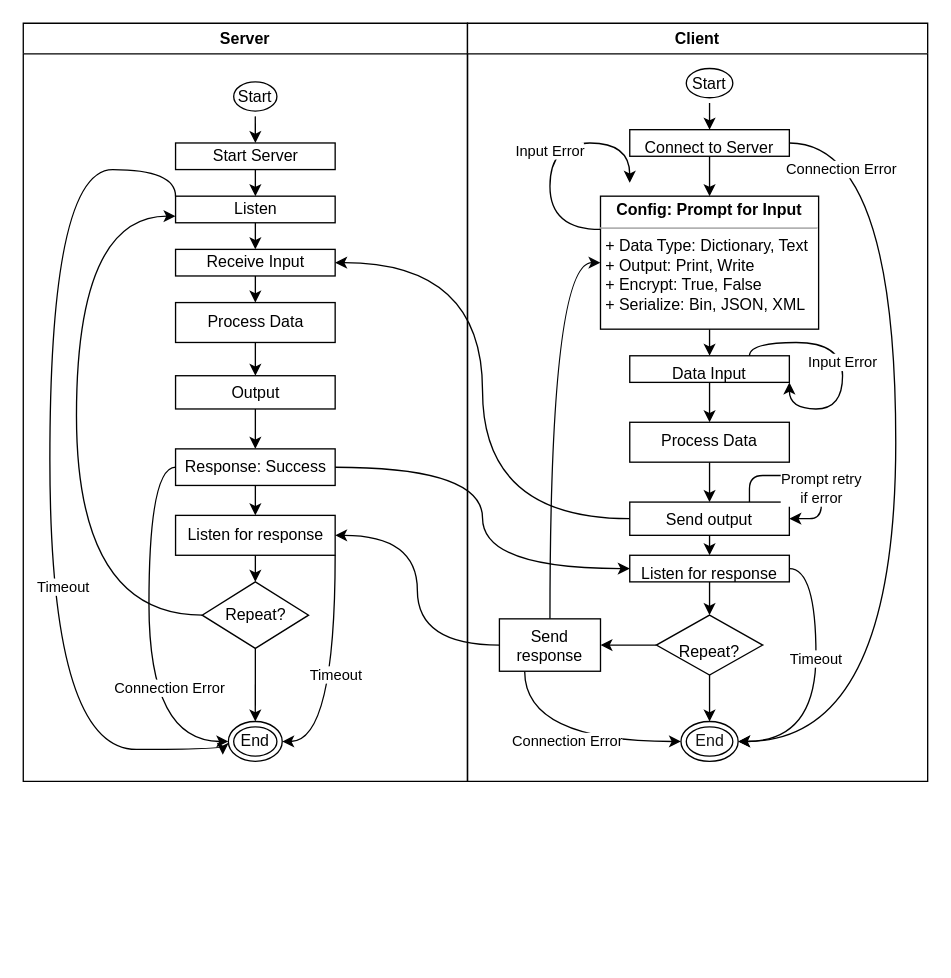
zhulinchng/CSCK541 keeps this draw.io diagram as docs/Context Diagram.drawio. Above is the earlier version. Source tidied: cells renumbered, new cells numbered last; positions are measured from the earlier drawing's top-left corner, leaving out a move shared by most shapes. Both pictures are drawn from the tidied source at 133%, with x=0, y=0 at pixel (23, 23).
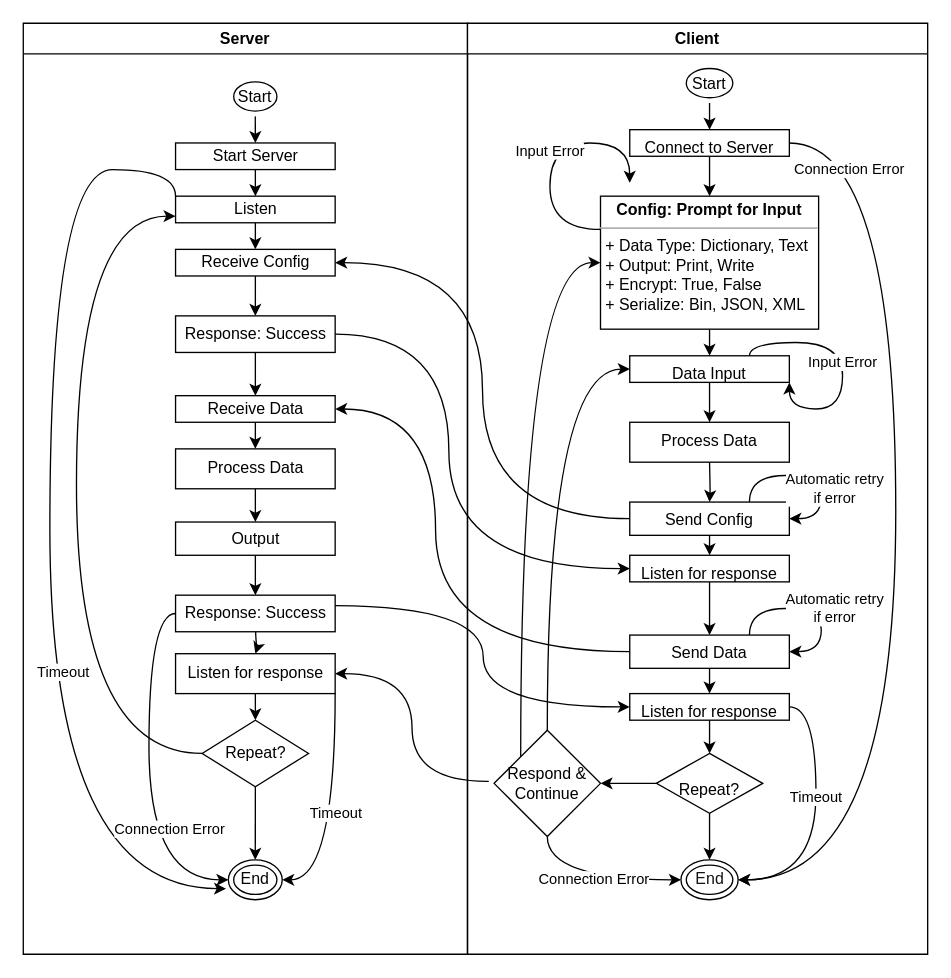
The same diagram, later.

The change refers to these unchanged cells:
```xml
<mxCell id="9" value="Listen" style="whiteSpace=wrap;html=1;" parent="2" vertex="1">
  <mxGeometry x="114.5" y="130" width="120" height="20" as="geometry" />
</mxCell>
<mxCell id="30" value="&lt;p style=&quot;margin:0px;margin-top:4px;text-align:center;&quot;&gt;&lt;b&gt;Config: Prompt for Input&lt;/b&gt;&lt;/p&gt;&lt;hr size=&quot;1&quot;&gt;&lt;p style=&quot;margin:0px;margin-left:4px;&quot;&gt;+ Data Type: Dictionary, Text&lt;br&gt;&lt;/p&gt;&lt;p style=&quot;margin:0px;margin-left:4px;&quot;&gt;+ Output: Print, Write&lt;/p&gt;&lt;p style=&quot;margin:0px;margin-left:4px;&quot;&gt;+ Encrypt: True, False&lt;/p&gt;&lt;p style=&quot;margin:0px;margin-left:4px;&quot;&gt;+ Serialize: Bin, JSON, XML&lt;/p&gt;" style="verticalAlign=top;align=left;overflow=fill;fontSize=12;fontFamily=Helvetica;html=1;rounded=0;sketch=0;" parent="26" vertex="1">
  <mxGeometry x="100" y="130" width="164" height="100" as="geometry" />
</mxCell>
<mxCell id="32" value="Data Input" style="whiteSpace=wrap;html=1;align=center;verticalAlign=top;rounded=0;sketch=0;" parent="26" vertex="1">
  <mxGeometry x="122" y="250" width="120" height="20" as="geometry" />
</mxCell>
<mxCell id="34" value="Process Data" style="whiteSpace=wrap;html=1;verticalAlign=top;rounded=0;sketch=0;" parent="26" vertex="1">
  <mxGeometry x="122" y="300" width="120" height="30" as="geometry" />
</mxCell>
<mxCell id="37" value="Connect to Server" style="whiteSpace=wrap;html=1;verticalAlign=top;rounded=0;sketch=0;" parent="26" vertex="1">
  <mxGeometry x="122" y="80" width="120" height="20" as="geometry" />
</mxCell>
```

Diff of the diagram source:
```diff
@@
     <mxCell id="2" value="Server" style="swimlane;whiteSpace=wrap;" parent="1" vertex="1">
-      <mxGeometry width="334" height="570" as="geometry" />
+      <mxGeometry width="334" height="700" as="geometry" />
     </mxCell>
@@
-    <mxCell id="8" value="Timeout" style="edgeStyle=orthogonalEdgeStyle;curved=1;rounded=1;sketch=0;jettySize=auto;html=1;exitX=0;exitY=0;exitDx=0;exitDy=0;" parent="2" edge="1" source="9">
+    <mxCell id="8" value="Timeout" style="edgeStyle=orthogonalEdgeStyle;curved=1;rounded=1;sketch=0;jettySize=auto;html=1;exitX=0;exitY=0;exitDx=0;exitDy=0;entryX=-0.043;entryY=0.722;entryDx=0;entryDy=0;entryPerimeter=0;" parent="2" edge="1" source="9" target="25">
       <mxGeometry x="0.25" y="10" relative="1" as="geometry">
-        <mxPoint x="150" y="550" as="targetPoint" />
         <Array as="points">
           <mxPoint x="115" y="110" />
           <mxPoint x="20" y="110" />
-          <mxPoint x="20" y="546" />
+          <mxPoint x="20" y="650" />
+          <mxPoint x="153" y="650" />
         </Array>
       </mxGeometry>
     </mxCell>
@@
-    <mxCell id="10" style="edgeStyle=orthogonalEdgeStyle;curved=1;rounded=1;sketch=0;jettySize=auto;html=1;" parent="2" edge="1" source="11" target="13">
-      <mxGeometry relative="1" as="geometry" />
-    </mxCell>
+    <mxCell id="57" style="edgeStyle=orthogonalEdgeStyle;rounded=0;jettySize=auto;html=1;entryX=0.5;entryY=0;entryDx=0;entryDy=0;curved=1;" parent="2" edge="1" source="11" target="59">
+      <mxGeometry relative="1" as="geometry" />
+    </mxCell>
-    <mxCell id="11" value="Receive Input" style="whiteSpace=wrap;html=1;" parent="2" vertex="1">
+    <mxCell id="11" value="Receive Config" style="whiteSpace=wrap;html=1;" parent="2" vertex="1">
       <mxGeometry x="114.5" y="170" width="120" height="20" as="geometry" />
     </mxCell>
@@
     <mxCell id="13" value="Process Data" style="whiteSpace=wrap;html=1;" parent="2" vertex="1">
-      <mxGeometry x="114.5" y="210" width="120" height="30" as="geometry" />
+      <mxGeometry x="114.5" y="320" width="120" height="30" as="geometry" />
     </mxCell>
@@
     <mxCell id="15" value="Output" style="whiteSpace=wrap;html=1;" parent="2" vertex="1">
-      <mxGeometry x="114.5" y="265" width="120" height="25" as="geometry" />
+      <mxGeometry x="114.5" y="375" width="120" height="25" as="geometry" />
     </mxCell>
-    <mxCell id="16" style="edgeStyle=orthogonalEdgeStyle;curved=1;rounded=1;sketch=0;jettySize=auto;html=1;" parent="2" edge="1" source="18" target="21">
-      <mxGeometry relative="1" as="geometry" />
+    <mxCell id="16" style="edgeStyle=orthogonalEdgeStyle;curved=1;rounded=1;sketch=0;jettySize=auto;html=1;" parent="2" edge="1" target="21">
+      <mxGeometry relative="1" as="geometry">
+        <mxPoint x="174.5" y="451.5" as="sourcePoint" />
+      </mxGeometry>
     </mxCell>
@@
     <mxCell id="18" value="Response: Success" style="whiteSpace=wrap;html=1;" parent="2" vertex="1">
-      <mxGeometry x="114.5" y="320" width="120" height="27.5" as="geometry" />
+      <mxGeometry x="114.5" y="430" width="120" height="27.5" as="geometry" />
     </mxCell>
@@
     <mxCell id="20" value="Timeout" style="edgeStyle=orthogonalEdgeStyle;curved=1;rounded=1;sketch=0;jettySize=auto;html=1;exitX=1;exitY=1;exitDx=0;exitDy=0;entryX=1;entryY=0.5;entryDx=0;entryDy=0;" parent="2" edge="1" source="21" target="25">
-      <mxGeometry relative="1" as="geometry" />
+      <mxGeometry relative="1" as="geometry">
+        <Array as="points">
+          <mxPoint x="235" y="644" />
+        </Array>
+      </mxGeometry>
     </mxCell>
     <mxCell id="21" value="Listen for response" style="whiteSpace=wrap;html=1;" parent="2" vertex="1">
-      <mxGeometry x="114.5" y="370" width="120" height="30" as="geometry" />
+      <mxGeometry x="114.5" y="474" width="120" height="30" as="geometry" />
     </mxCell>
     <mxCell id="22" style="edgeStyle=orthogonalEdgeStyle;curved=1;rounded=1;sketch=0;jettySize=auto;html=1;entryX=0;entryY=0.75;entryDx=0;entryDy=0;exitX=0;exitY=0.5;exitDx=0;exitDy=0;fillColor=#dae8fc;strokeColor=#010203;" parent="2" edge="1" source="24" target="9">
       <mxGeometry relative="1" as="geometry">
         <Array as="points">
-          <mxPoint x="40" y="445" />
+          <mxPoint x="40" y="549" />
           <mxPoint x="40" y="145" />
         </Array>
       </mxGeometry>
     </mxCell>
@@
     <mxCell id="24" value="Repeat?" style="rhombus;whiteSpace=wrap;html=1;" parent="2" vertex="1">
-      <mxGeometry x="134.5" y="420" width="80" height="50" as="geometry" />
+      <mxGeometry x="134.5" y="524" width="80" height="50" as="geometry" />
     </mxCell>
     <mxCell id="25" value="&lt;font color=&quot;#050505&quot;&gt;End&lt;/font&gt;" style="ellipse;html=1;shape=endState;rounded=0;sketch=0;" parent="2" vertex="1">
-      <mxGeometry x="154.2" y="525" width="40.5" height="30" as="geometry" />
+      <mxGeometry x="154.2" y="629" width="40.5" height="30" as="geometry" />
     </mxCell>
+    <mxCell id="58" style="edgeStyle=orthogonalEdgeStyle;curved=1;rounded=0;jettySize=auto;html=1;" parent="2" edge="1" source="59" target="61">
+      <mxGeometry relative="1" as="geometry" />
+    </mxCell>
+    <mxCell id="59" value="Response: Success" style="whiteSpace=wrap;html=1;" parent="2" vertex="1">
+      <mxGeometry x="114.5" y="220" width="120" height="27.5" as="geometry" />
+    </mxCell>
+    <mxCell id="60" style="edgeStyle=orthogonalEdgeStyle;rounded=0;jettySize=auto;html=1;entryX=0.5;entryY=0;entryDx=0;entryDy=0;curved=1;" parent="2" edge="1" source="61" target="13">
+      <mxGeometry relative="1" as="geometry" />
+    </mxCell>
+    <mxCell id="61" value="Receive Data" style="whiteSpace=wrap;html=1;" parent="2" vertex="1">
+      <mxGeometry x="114.5" y="280" width="120" height="20" as="geometry" />
+    </mxCell>
     <mxCell id="26" value="Client" style="swimlane;whiteSpace=wrap;align=center;" parent="1" vertex="1">
-      <mxGeometry x="334" width="346" height="570" as="geometry" />
+      <mxGeometry x="334" width="346" height="700" as="geometry" />
     </mxCell>
@@
-    <mxCell id="33" style="edgeStyle=orthogonalEdgeStyle;curved=1;rounded=1;sketch=0;jettySize=auto;html=1;" parent="26" edge="1" source="34" target="39">
-      <mxGeometry relative="1" as="geometry" />
+    <mxCell id="33" style="edgeStyle=orthogonalEdgeStyle;curved=1;rounded=1;sketch=0;jettySize=auto;html=1;" parent="26" edge="1" target="39">
+      <mxGeometry relative="1" as="geometry">
+        <mxPoint x="182" y="330" as="sourcePoint" />
+      </mxGeometry>
     </mxCell>
@@
     <mxCell id="36" value="&lt;font color=&quot;#000000&quot;&gt;Connection Error&lt;/font&gt;" style="edgeStyle=orthogonalEdgeStyle;curved=1;rounded=1;sketch=0;jettySize=auto;html=1;exitX=1;exitY=0.5;exitDx=0;exitDy=0;entryX=1;entryY=0.5;entryDx=0;entryDy=0;" parent="26" edge="1" source="37" target="49">
       <mxGeometry x="-0.88" y="-20" relative="1" as="geometry">
         <Array as="points">
           <mxPoint x="322" y="90" />
-          <mxPoint x="322" y="540" />
+          <mxPoint x="322" y="644" />
         </Array>
       </mxGeometry>
     </mxCell>
@@
-    <mxCell id="38" style="edgeStyle=orthogonalEdgeStyle;curved=1;rounded=1;sketch=0;jettySize=auto;html=1;" parent="26" edge="1" source="39" target="42">
-      <mxGeometry relative="1" as="geometry" />
-    </mxCell>
+    <mxCell id="62" style="edgeStyle=orthogonalEdgeStyle;rounded=0;jettySize=auto;html=1;curved=1;" parent="26" edge="1" source="39" target="67">
+      <mxGeometry relative="1" as="geometry" />
+    </mxCell>
-    <mxCell id="39" value="Send output" style="whiteSpace=wrap;html=1;verticalAlign=top;rounded=0;sketch=0;" parent="26" vertex="1">
+    <mxCell id="39" value="Send Config" style="whiteSpace=wrap;html=1;verticalAlign=top;rounded=0;sketch=0;" parent="26" vertex="1">
       <mxGeometry x="122" y="360" width="120" height="25" as="geometry" />
     </mxCell>
@@
     <mxCell id="42" value="Listen for response" style="whiteSpace=wrap;html=1;verticalAlign=top;rounded=0;sketch=0;" parent="26" vertex="1">
-      <mxGeometry x="122" y="400" width="120" height="20" as="geometry" />
+      <mxGeometry x="122" y="504" width="120" height="20" as="geometry" />
     </mxCell>
-    <mxCell id="43" style="edgeStyle=orthogonalEdgeStyle;curved=1;rounded=1;sketch=0;jettySize=auto;html=1;" parent="26" edge="1" source="45" target="48">
+    <mxCell id="43" style="edgeStyle=orthogonalEdgeStyle;curved=1;rounded=1;sketch=0;jettySize=auto;html=1;entryX=1;entryY=0.5;entryDx=0;entryDy=0;" parent="26" edge="1" source="45" target="68">
       <mxGeometry relative="1" as="geometry" />
     </mxCell>
@@
     <mxCell id="45" value="&lt;br&gt;Repeat?" style="rhombus;whiteSpace=wrap;html=1;verticalAlign=top;rounded=0;sketch=0;" parent="26" vertex="1">
-      <mxGeometry x="142" y="445" width="80" height="45" as="geometry" />
+      <mxGeometry x="142" y="549" width="80" height="45" as="geometry" />
     </mxCell>
-    <mxCell id="46" style="edgeStyle=orthogonalEdgeStyle;curved=1;rounded=1;sketch=0;jettySize=auto;html=1;entryX=0;entryY=0.5;entryDx=0;entryDy=0;fillColor=#dae8fc;strokeColor=#040608;" parent="26" edge="1" source="48" target="30">
+    <mxCell id="46" style="edgeStyle=orthogonalEdgeStyle;curved=1;rounded=1;sketch=0;jettySize=auto;html=1;entryX=0;entryY=0.5;entryDx=0;entryDy=0;fillColor=#dae8fc;strokeColor=#040608;exitX=0;exitY=0;exitDx=0;exitDy=0;" parent="26" edge="1" source="68" target="30">
       <mxGeometry relative="1" as="geometry" />
     </mxCell>
-    <mxCell id="47" value="Connection Error" style="edgeStyle=orthogonalEdgeStyle;curved=1;rounded=1;sketch=0;jettySize=auto;html=1;exitX=0.25;exitY=1;exitDx=0;exitDy=0;entryX=0;entryY=0.5;entryDx=0;entryDy=0;" parent="26" edge="1" source="48" target="49">
+    <mxCell id="47" value="Connection Error" style="edgeStyle=orthogonalEdgeStyle;curved=1;rounded=1;sketch=0;jettySize=auto;html=1;exitX=0.5;exitY=1;exitDx=0;exitDy=0;entryX=0;entryY=0.5;entryDx=0;entryDy=0;" parent="26" edge="1" source="68" target="49">
       <mxGeometry relative="1" as="geometry" />
     </mxCell>
-    <mxCell id="48" value="Send response" style="whiteSpace=wrap;html=1;verticalAlign=top;rounded=0;sketch=0;" parent="26" vertex="1">
-      <mxGeometry x="24" y="447.8" width="76" height="39.4" as="geometry" />
-    </mxCell>
+    <mxCell id="63" style="edgeStyle=orthogonalEdgeStyle;curved=1;rounded=0;jettySize=auto;html=1;entryX=0;entryY=0.5;entryDx=0;entryDy=0;exitX=0.5;exitY=0;exitDx=0;exitDy=0;" parent="26" edge="1" source="68" target="32">
+      <mxGeometry relative="1" as="geometry" />
+    </mxCell>
     <mxCell id="49" value="&lt;font color=&quot;#141414&quot;&gt;End&lt;/font&gt;" style="ellipse;html=1;shape=endState;rounded=0;sketch=0;" parent="26" vertex="1">
-      <mxGeometry x="160.5" y="525" width="43" height="30" as="geometry" />
+      <mxGeometry x="160.5" y="629" width="43" height="30" as="geometry" />
     </mxCell>
-    <mxCell id="50" style="edgeStyle=orthogonalEdgeStyle;curved=1;rounded=1;sketch=0;orthogonalLoop=1;jettySize=auto;html=1;exitX=0.5;exitY=1;exitDx=0;exitDy=0;" parent="26" edge="1" source="48" target="48">
-      <mxGeometry relative="1" as="geometry" />
+    <mxCell id="50" style="edgeStyle=orthogonalEdgeStyle;curved=1;rounded=1;sketch=0;orthogonalLoop=1;jettySize=auto;html=1;exitX=0.5;exitY=1;exitDx=0;exitDy=0;" parent="26" edge="1">
+      <mxGeometry relative="1" as="geometry">
+        <mxPoint x="62" y="591.2" as="sourcePoint" />
+        <mxPoint x="62" y="591.2" as="targetPoint" />
+      </mxGeometry>
     </mxCell>
@@
-    <mxCell id="52" value="Prompt retry&lt;br&gt;if error" style="edgeStyle=orthogonalEdgeStyle;curved=0;rounded=1;sketch=0;orthogonalLoop=1;jettySize=auto;html=1;exitX=0.75;exitY=0;exitDx=0;exitDy=0;fontColor=#050505;entryX=1;entryY=0.5;entryDx=0;entryDy=0;" parent="26" edge="1" source="39" target="39">
-      <mxGeometry x="0.29" relative="1" as="geometry">
+    <mxCell id="52" value="Automatic retry&lt;br&gt;if error" style="edgeStyle=orthogonalEdgeStyle;curved=1;rounded=1;sketch=0;orthogonalLoop=1;jettySize=auto;html=1;exitX=0.75;exitY=0;exitDx=0;exitDy=0;fontColor=#050505;entryX=1;entryY=0.5;entryDx=0;entryDy=0;" parent="26" edge="1" source="39" target="39">
+      <mxGeometry x="0.29" y="10" relative="1" as="geometry">
         <Array as="points">
           <mxPoint x="212" y="340" />
           <mxPoint x="266" y="340" />
           <mxPoint x="266" y="373" />
         </Array>
       </mxGeometry>
     </mxCell>
+    <mxCell id="64" style="edgeStyle=orthogonalEdgeStyle;rounded=0;jettySize=auto;html=1;entryX=0.5;entryY=0;entryDx=0;entryDy=0;curved=1;" parent="26" edge="1" source="65" target="42">
+      <mxGeometry relative="1" as="geometry" />
+    </mxCell>
+    <mxCell id="65" value="Send Data" style="whiteSpace=wrap;html=1;verticalAlign=top;rounded=0;sketch=0;" parent="26" vertex="1">
+      <mxGeometry x="122" y="460" width="120" height="25" as="geometry" />
+    </mxCell>
+    <mxCell id="66" style="edgeStyle=orthogonalEdgeStyle;rounded=0;jettySize=auto;html=1;curved=1;" parent="26" edge="1" source="67" target="65">
+      <mxGeometry relative="1" as="geometry" />
+    </mxCell>
+    <mxCell id="67" value="Listen for response" style="whiteSpace=wrap;html=1;verticalAlign=top;rounded=0;sketch=0;" parent="26" vertex="1">
+      <mxGeometry x="122" y="400" width="120" height="20" as="geometry" />
+    </mxCell>
+    <mxCell id="68" value="Respond &amp;amp;&lt;br&gt;Continue" style="rhombus;whiteSpace=wrap;html=1;" parent="26" vertex="1">
+      <mxGeometry x="20" y="531.5" width="80" height="80" as="geometry" />
+    </mxCell>
+    <mxCell id="69" value="Automatic retry&lt;br&gt;if error" style="edgeStyle=orthogonalEdgeStyle;curved=1;rounded=0;orthogonalLoop=1;jettySize=auto;html=1;exitX=0.75;exitY=0;exitDx=0;exitDy=0;entryX=1;entryY=0.5;entryDx=0;entryDy=0;" parent="26" edge="1" source="65" target="65">
+      <mxGeometry x="0.13" y="10" relative="1" as="geometry">
+        <Array as="points">
+          <mxPoint x="212" y="440" />
+          <mxPoint x="266" y="440" />
+          <mxPoint x="266" y="473" />
+        </Array>
+      </mxGeometry>
+    </mxCell>
@@
-    <mxCell id="55" style="edgeStyle=orthogonalEdgeStyle;curved=1;rounded=1;sketch=0;jettySize=auto;html=1;entryX=0;entryY=0.5;entryDx=0;entryDy=0;" parent="1" edge="1" source="18" target="42">
-      <mxGeometry relative="1" as="geometry" />
+    <mxCell id="55" style="edgeStyle=orthogonalEdgeStyle;curved=1;rounded=1;sketch=0;jettySize=auto;html=1;entryX=0;entryY=0.5;entryDx=0;entryDy=0;" parent="1" edge="1" target="42">
+      <mxGeometry relative="1" as="geometry">
+        <mxPoint x="234.5" y="437.8" as="sourcePoint" />
+      </mxGeometry>
     </mxCell>
-    <mxCell id="56" style="edgeStyle=orthogonalEdgeStyle;curved=1;rounded=1;sketch=0;jettySize=auto;html=1;entryX=1;entryY=0.5;entryDx=0;entryDy=0;" parent="1" edge="1" source="48" target="21">
-      <mxGeometry relative="1" as="geometry" />
+    <mxCell id="56" style="edgeStyle=orthogonalEdgeStyle;curved=1;rounded=1;sketch=0;jettySize=auto;html=1;entryX=1;entryY=0.5;entryDx=0;entryDy=0;" parent="1" edge="1" target="21">
+      <mxGeometry relative="1" as="geometry">
+        <mxPoint x="350" y="570" as="sourcePoint" />
+      </mxGeometry>
     </mxCell>
+    <mxCell id="70" style="edgeStyle=orthogonalEdgeStyle;rounded=0;jettySize=auto;html=1;entryX=0;entryY=0.5;entryDx=0;entryDy=0;curved=1;exitX=1;exitY=0.5;exitDx=0;exitDy=0;" parent="1" edge="1" source="59" target="67">
+      <mxGeometry relative="1" as="geometry">
+        <Array as="points">
+          <mxPoint x="320" y="234" />
+          <mxPoint x="320" y="410" />
+        </Array>
+      </mxGeometry>
+    </mxCell>
+    <mxCell id="71" style="edgeStyle=orthogonalEdgeStyle;curved=1;rounded=0;jettySize=auto;html=1;entryX=1;entryY=0.5;entryDx=0;entryDy=0;" parent="1" edge="1" source="65" target="61">
+      <mxGeometry relative="1" as="geometry">
+        <Array as="points">
+          <mxPoint x="310" y="473" />
+          <mxPoint x="310" y="290" />
+        </Array>
+      </mxGeometry>
+    </mxCell>
```
